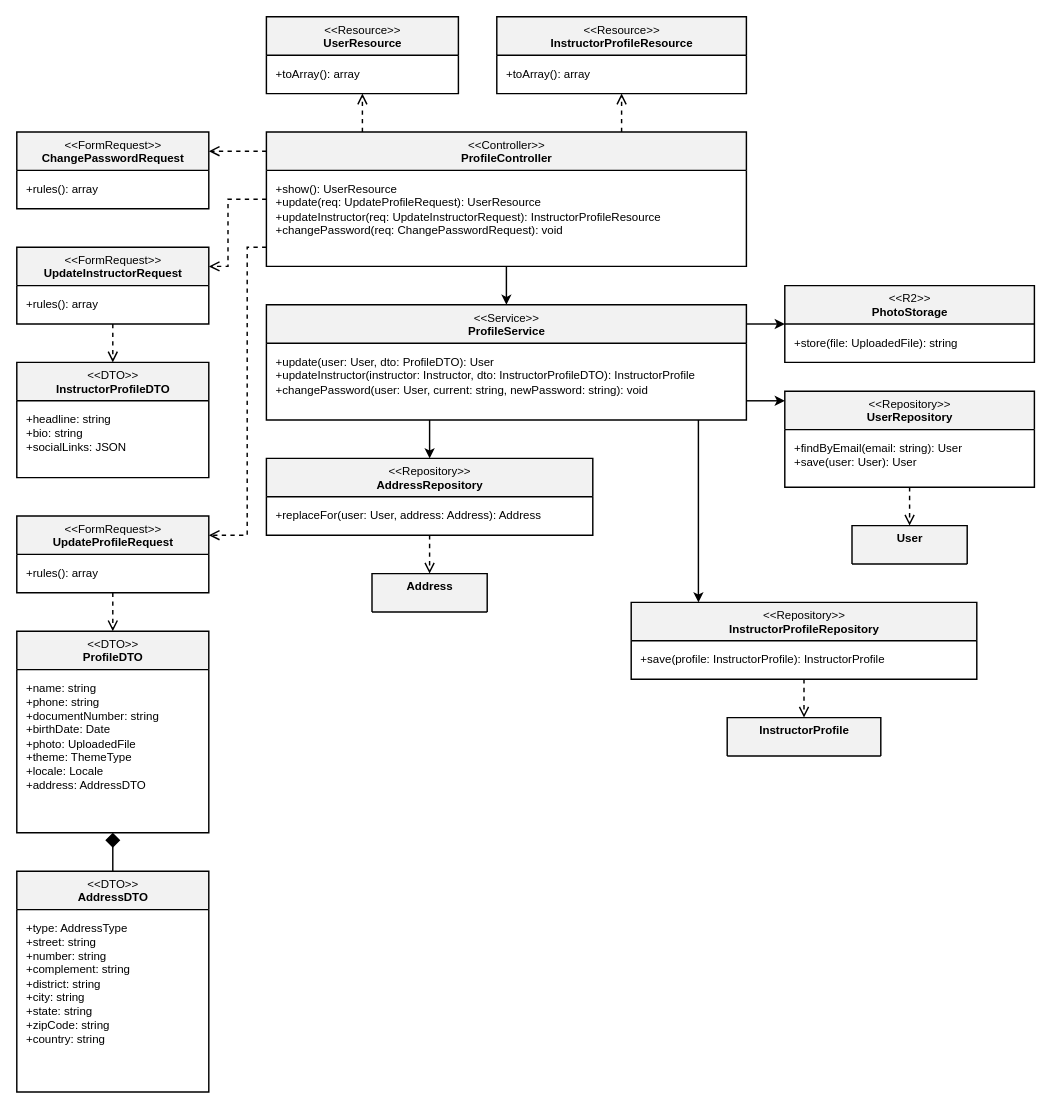
Plataforma-de-Cursos-TCC/plataforma-cursos-docs keeps this draw.io diagram as especificacao/diagramas/13-classes-area-a-implementacao-perfil.drawio. Above is the earlier version. Source tidied: cells renumbered, new cells numbered last; positions are measured from the earlier drawing's top-left corner, leaving out a move shared by most shapes. Both pictures are drawn from the tidied source at 96%, with x=0, y=0 at pixel (16, 16).
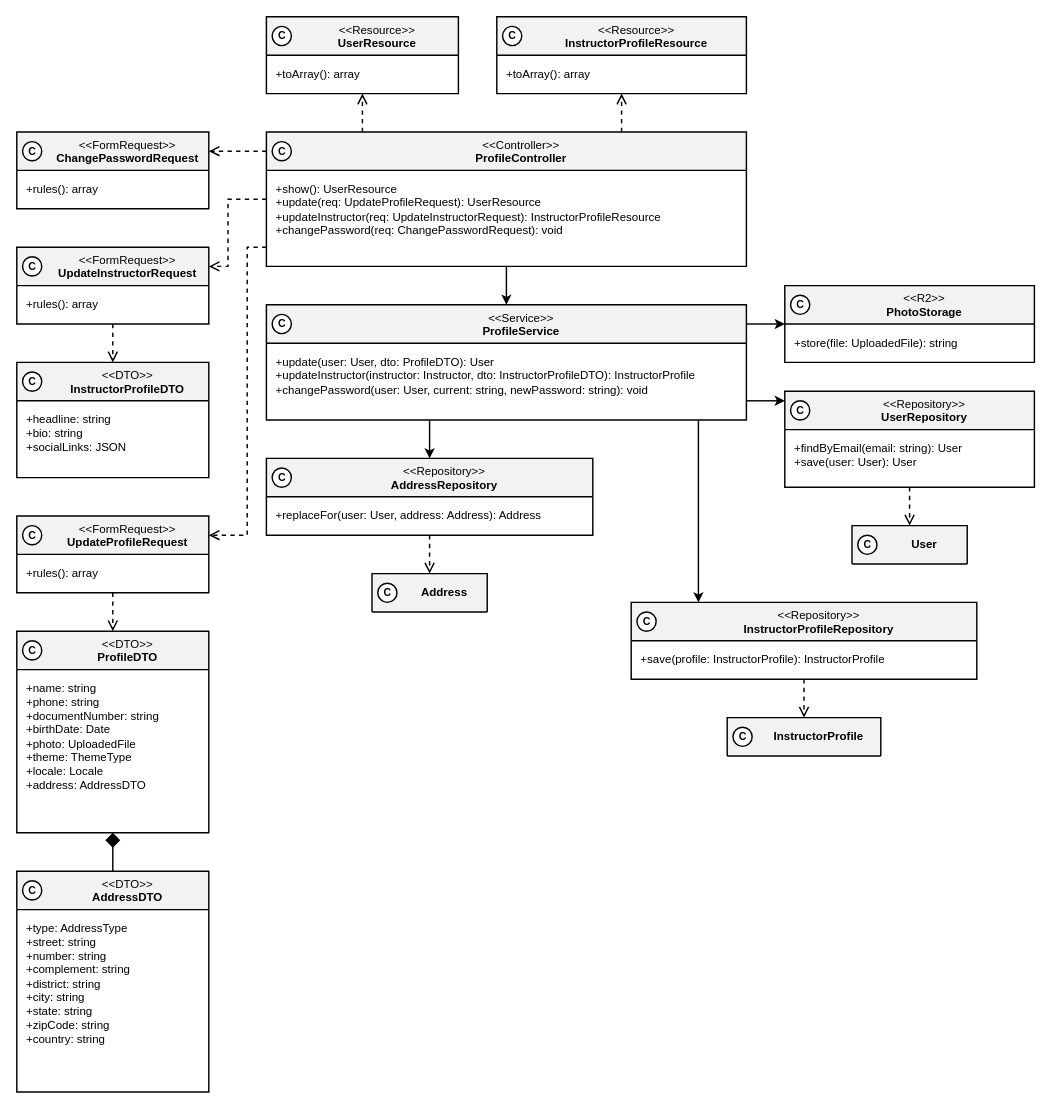
The same page after the edit.

Commit message (it also covers changes not shown here):
docs(classes): mark the element type with a circled letter in class diagrams

Diff of the diagram source:
```diff
@@
-    <mxCell id="2" value="&amp;lt;&amp;lt;Resource&amp;gt;&amp;gt;&lt;br&gt;&lt;b&gt;UserResource&lt;/b&gt;" style="swimlane;html=1;fontStyle=0;align=center;verticalAlign=top;startSize=40;fillColor=#F2F2F2;swimlaneFillColor=#FFFFFF;strokeColor=#000000;strokeWidth=1.5;fontFamily=Helvetica;fontSize=12;fontColor=#000000;rounded=0;" parent="1" vertex="1">
+    <mxCell id="2" value="&amp;lt;&amp;lt;Resource&amp;gt;&amp;gt;&lt;br&gt;&lt;b&gt;UserResource&lt;/b&gt;" style="swimlane;html=1;fontStyle=0;align=center;verticalAlign=top;startSize=40;fillColor=#F2F2F2;swimlaneFillColor=#FFFFFF;strokeColor=#000000;strokeWidth=1.5;fontFamily=Helvetica;fontSize=12;fontColor=#000000;rounded=0;spacingLeft=30;" parent="1" vertex="1">
       <mxGeometry x="260" width="200" height="80" as="geometry" />
     </mxCell>
@@
-    <mxCell id="4" value="&amp;lt;&amp;lt;Resource&amp;gt;&amp;gt;&lt;br&gt;&lt;b&gt;InstructorProfileResource&lt;/b&gt;" style="swimlane;html=1;fontStyle=0;align=center;verticalAlign=top;startSize=40;fillColor=#F2F2F2;swimlaneFillColor=#FFFFFF;strokeColor=#000000;strokeWidth=1.5;fontFamily=Helvetica;fontSize=12;fontColor=#000000;rounded=0;" parent="1" vertex="1">
+    <mxCell id="4" value="&amp;lt;&amp;lt;Resource&amp;gt;&amp;gt;&lt;br&gt;&lt;b&gt;InstructorProfileResource&lt;/b&gt;" style="swimlane;html=1;fontStyle=0;align=center;verticalAlign=top;startSize=40;fillColor=#F2F2F2;swimlaneFillColor=#FFFFFF;strokeColor=#000000;strokeWidth=1.5;fontFamily=Helvetica;fontSize=12;fontColor=#000000;rounded=0;spacingLeft=30;" parent="1" vertex="1">
       <mxGeometry x="500" width="260" height="80" as="geometry" />
     </mxCell>
@@
-    <mxCell id="6" value="&amp;lt;&amp;lt;Controller&amp;gt;&amp;gt;&lt;br&gt;&lt;b&gt;ProfileController&lt;/b&gt;" style="swimlane;html=1;fontStyle=0;align=center;verticalAlign=top;startSize=40;fillColor=#F2F2F2;swimlaneFillColor=#FFFFFF;strokeColor=#000000;strokeWidth=1.5;fontFamily=Helvetica;fontSize=12;fontColor=#000000;rounded=0;" parent="1" vertex="1">
+    <mxCell id="6" value="&amp;lt;&amp;lt;Controller&amp;gt;&amp;gt;&lt;br&gt;&lt;b&gt;ProfileController&lt;/b&gt;" style="swimlane;html=1;fontStyle=0;align=center;verticalAlign=top;startSize=40;fillColor=#F2F2F2;swimlaneFillColor=#FFFFFF;strokeColor=#000000;strokeWidth=1.5;fontFamily=Helvetica;fontSize=12;fontColor=#000000;rounded=0;spacingLeft=30;" parent="1" vertex="1">
       <mxGeometry x="260" y="120" width="500" height="140" as="geometry" />
     </mxCell>
@@
-    <mxCell id="8" value="&amp;lt;&amp;lt;FormRequest&amp;gt;&amp;gt;&lt;br&gt;&lt;b&gt;ChangePasswordRequest&lt;/b&gt;" style="swimlane;html=1;fontStyle=0;align=center;verticalAlign=top;startSize=40;fillColor=#F2F2F2;swimlaneFillColor=#FFFFFF;strokeColor=#000000;strokeWidth=1.5;fontFamily=Helvetica;fontSize=12;fontColor=#000000;rounded=0;" parent="1" vertex="1">
+    <mxCell id="8" value="&amp;lt;&amp;lt;FormRequest&amp;gt;&amp;gt;&lt;br&gt;&lt;b&gt;ChangePasswordRequest&lt;/b&gt;" style="swimlane;html=1;fontStyle=0;align=center;verticalAlign=top;startSize=40;fillColor=#F2F2F2;swimlaneFillColor=#FFFFFF;strokeColor=#000000;strokeWidth=1.5;fontFamily=Helvetica;fontSize=12;fontColor=#000000;rounded=0;spacingLeft=30;" parent="1" vertex="1">
       <mxGeometry y="120" width="200" height="80" as="geometry" />
     </mxCell>
@@
-    <mxCell id="10" value="&amp;lt;&amp;lt;FormRequest&amp;gt;&amp;gt;&lt;br&gt;&lt;b&gt;UpdateInstructorRequest&lt;/b&gt;" style="swimlane;html=1;fontStyle=0;align=center;verticalAlign=top;startSize=40;fillColor=#F2F2F2;swimlaneFillColor=#FFFFFF;strokeColor=#000000;strokeWidth=1.5;fontFamily=Helvetica;fontSize=12;fontColor=#000000;rounded=0;" parent="1" vertex="1">
+    <mxCell id="10" value="&amp;lt;&amp;lt;FormRequest&amp;gt;&amp;gt;&lt;br&gt;&lt;b&gt;UpdateInstructorRequest&lt;/b&gt;" style="swimlane;html=1;fontStyle=0;align=center;verticalAlign=top;startSize=40;fillColor=#F2F2F2;swimlaneFillColor=#FFFFFF;strokeColor=#000000;strokeWidth=1.5;fontFamily=Helvetica;fontSize=12;fontColor=#000000;rounded=0;spacingLeft=30;" parent="1" vertex="1">
       <mxGeometry y="240" width="200" height="80" as="geometry" />
     </mxCell>
@@
-    <mxCell id="12" value="&amp;lt;&amp;lt;DTO&amp;gt;&amp;gt;&lt;br&gt;&lt;b&gt;InstructorProfileDTO&lt;/b&gt;" style="swimlane;html=1;fontStyle=0;align=center;verticalAlign=top;startSize=40;fillColor=#F2F2F2;swimlaneFillColor=#FFFFFF;strokeColor=#000000;strokeWidth=1.5;fontFamily=Helvetica;fontSize=12;fontColor=#000000;rounded=0;" parent="1" vertex="1">
+    <mxCell id="12" value="&amp;lt;&amp;lt;DTO&amp;gt;&amp;gt;&lt;br&gt;&lt;b&gt;InstructorProfileDTO&lt;/b&gt;" style="swimlane;html=1;fontStyle=0;align=center;verticalAlign=top;startSize=40;fillColor=#F2F2F2;swimlaneFillColor=#FFFFFF;strokeColor=#000000;strokeWidth=1.5;fontFamily=Helvetica;fontSize=12;fontColor=#000000;rounded=0;spacingLeft=30;" parent="1" vertex="1">
       <mxGeometry y="360" width="200" height="120" as="geometry" />
     </mxCell>
@@
-    <mxCell id="14" value="&amp;lt;&amp;lt;FormRequest&amp;gt;&amp;gt;&lt;br&gt;&lt;b&gt;UpdateProfileRequest&lt;/b&gt;" style="swimlane;html=1;fontStyle=0;align=center;verticalAlign=top;startSize=40;fillColor=#F2F2F2;swimlaneFillColor=#FFFFFF;strokeColor=#000000;strokeWidth=1.5;fontFamily=Helvetica;fontSize=12;fontColor=#000000;rounded=0;" parent="1" vertex="1">
+    <mxCell id="14" value="&amp;lt;&amp;lt;FormRequest&amp;gt;&amp;gt;&lt;br&gt;&lt;b&gt;UpdateProfileRequest&lt;/b&gt;" style="swimlane;html=1;fontStyle=0;align=center;verticalAlign=top;startSize=40;fillColor=#F2F2F2;swimlaneFillColor=#FFFFFF;strokeColor=#000000;strokeWidth=1.5;fontFamily=Helvetica;fontSize=12;fontColor=#000000;rounded=0;spacingLeft=30;" parent="1" vertex="1">
       <mxGeometry y="520" width="200" height="80" as="geometry" />
     </mxCell>
@@
-    <mxCell id="16" value="&amp;lt;&amp;lt;DTO&amp;gt;&amp;gt;&lt;br&gt;&lt;b&gt;ProfileDTO&lt;/b&gt;" style="swimlane;html=1;fontStyle=0;align=center;verticalAlign=top;startSize=40;fillColor=#F2F2F2;swimlaneFillColor=#FFFFFF;strokeColor=#000000;strokeWidth=1.5;fontFamily=Helvetica;fontSize=12;fontColor=#000000;rounded=0;" parent="1" vertex="1">
+    <mxCell id="16" value="&amp;lt;&amp;lt;DTO&amp;gt;&amp;gt;&lt;br&gt;&lt;b&gt;ProfileDTO&lt;/b&gt;" style="swimlane;html=1;fontStyle=0;align=center;verticalAlign=top;startSize=40;fillColor=#F2F2F2;swimlaneFillColor=#FFFFFF;strokeColor=#000000;strokeWidth=1.5;fontFamily=Helvetica;fontSize=12;fontColor=#000000;rounded=0;spacingLeft=30;" parent="1" vertex="1">
       <mxGeometry y="640" width="200" height="210" as="geometry" />
     </mxCell>
@@
-    <mxCell id="18" value="&amp;lt;&amp;lt;DTO&amp;gt;&amp;gt;&lt;br&gt;&lt;b&gt;AddressDTO&lt;/b&gt;" style="swimlane;html=1;fontStyle=0;align=center;verticalAlign=top;startSize=40;fillColor=#F2F2F2;swimlaneFillColor=#FFFFFF;strokeColor=#000000;strokeWidth=1.5;fontFamily=Helvetica;fontSize=12;fontColor=#000000;rounded=0;" parent="1" vertex="1">
+    <mxCell id="18" value="&amp;lt;&amp;lt;DTO&amp;gt;&amp;gt;&lt;br&gt;&lt;b&gt;AddressDTO&lt;/b&gt;" style="swimlane;html=1;fontStyle=0;align=center;verticalAlign=top;startSize=40;fillColor=#F2F2F2;swimlaneFillColor=#FFFFFF;strokeColor=#000000;strokeWidth=1.5;fontFamily=Helvetica;fontSize=12;fontColor=#000000;rounded=0;spacingLeft=30;" parent="1" vertex="1">
       <mxGeometry y="890" width="200" height="230" as="geometry" />
     </mxCell>
@@
-    <mxCell id="20" value="&amp;lt;&amp;lt;Service&amp;gt;&amp;gt;&lt;br&gt;&lt;b&gt;ProfileService&lt;/b&gt;" style="swimlane;html=1;fontStyle=0;align=center;verticalAlign=top;startSize=40;fillColor=#F2F2F2;swimlaneFillColor=#FFFFFF;strokeColor=#000000;strokeWidth=1.5;fontFamily=Helvetica;fontSize=12;fontColor=#000000;rounded=0;" parent="1" vertex="1">
+    <mxCell id="20" value="&amp;lt;&amp;lt;Service&amp;gt;&amp;gt;&lt;br&gt;&lt;b&gt;ProfileService&lt;/b&gt;" style="swimlane;html=1;fontStyle=0;align=center;verticalAlign=top;startSize=40;fillColor=#F2F2F2;swimlaneFillColor=#FFFFFF;strokeColor=#000000;strokeWidth=1.5;fontFamily=Helvetica;fontSize=12;fontColor=#000000;rounded=0;spacingLeft=30;" parent="1" vertex="1">
       <mxGeometry x="260" y="300" width="500" height="120" as="geometry" />
     </mxCell>
@@
-    <mxCell id="22" value="&amp;lt;&amp;lt;R2&amp;gt;&amp;gt;&lt;br&gt;&lt;b&gt;PhotoStorage&lt;/b&gt;" style="swimlane;html=1;fontStyle=0;align=center;verticalAlign=top;startSize=40;fillColor=#F2F2F2;swimlaneFillColor=#FFFFFF;strokeColor=#000000;strokeWidth=1.5;fontFamily=Helvetica;fontSize=12;fontColor=#000000;rounded=0;" parent="1" vertex="1">
+    <mxCell id="22" value="&amp;lt;&amp;lt;R2&amp;gt;&amp;gt;&lt;br&gt;&lt;b&gt;PhotoStorage&lt;/b&gt;" style="swimlane;html=1;fontStyle=0;align=center;verticalAlign=top;startSize=40;fillColor=#F2F2F2;swimlaneFillColor=#FFFFFF;strokeColor=#000000;strokeWidth=1.5;fontFamily=Helvetica;fontSize=12;fontColor=#000000;rounded=0;spacingLeft=30;" parent="1" vertex="1">
       <mxGeometry x="800" y="280" width="260" height="80" as="geometry" />
     </mxCell>
@@
-    <mxCell id="24" value="&amp;lt;&amp;lt;Repository&amp;gt;&amp;gt;&lt;br&gt;&lt;b&gt;UserRepository&lt;/b&gt;" style="swimlane;html=1;fontStyle=0;align=center;verticalAlign=top;startSize=40;fillColor=#F2F2F2;swimlaneFillColor=#FFFFFF;strokeColor=#000000;strokeWidth=1.5;fontFamily=Helvetica;fontSize=12;fontColor=#000000;rounded=0;" parent="1" vertex="1">
+    <mxCell id="24" value="&amp;lt;&amp;lt;Repository&amp;gt;&amp;gt;&lt;br&gt;&lt;b&gt;UserRepository&lt;/b&gt;" style="swimlane;html=1;fontStyle=0;align=center;verticalAlign=top;startSize=40;fillColor=#F2F2F2;swimlaneFillColor=#FFFFFF;strokeColor=#000000;strokeWidth=1.5;fontFamily=Helvetica;fontSize=12;fontColor=#000000;rounded=0;spacingLeft=30;" parent="1" vertex="1">
       <mxGeometry x="800" y="390" width="260" height="100" as="geometry" />
     </mxCell>
@@
-    <mxCell id="26" value="&lt;b&gt;User&lt;/b&gt;" style="swimlane;html=1;fontStyle=0;align=center;verticalAlign=top;startSize=40;fillColor=#F2F2F2;swimlaneFillColor=#FFFFFF;strokeColor=#000000;strokeWidth=1.5;fontFamily=Helvetica;fontSize=12;fontColor=#000000;rounded=0;" parent="1" vertex="1">
+    <mxCell id="26" value="&lt;b&gt;User&lt;/b&gt;" style="swimlane;html=1;fontStyle=0;align=center;verticalAlign=middle;startSize=40;fillColor=#F2F2F2;swimlaneFillColor=#FFFFFF;strokeColor=#000000;strokeWidth=1.5;fontFamily=Helvetica;fontSize=12;fontColor=#000000;rounded=0;spacingLeft=30;" parent="1" vertex="1">
       <mxGeometry x="870" y="530" width="120" height="40" as="geometry" />
     </mxCell>
-    <mxCell id="27" value="&amp;lt;&amp;lt;Repository&amp;gt;&amp;gt;&lt;br&gt;&lt;b&gt;AddressRepository&lt;/b&gt;" style="swimlane;html=1;fontStyle=0;align=center;verticalAlign=top;startSize=40;fillColor=#F2F2F2;swimlaneFillColor=#FFFFFF;strokeColor=#000000;strokeWidth=1.5;fontFamily=Helvetica;fontSize=12;fontColor=#000000;rounded=0;" parent="1" vertex="1">
+    <mxCell id="27" value="&amp;lt;&amp;lt;Repository&amp;gt;&amp;gt;&lt;br&gt;&lt;b&gt;AddressRepository&lt;/b&gt;" style="swimlane;html=1;fontStyle=0;align=center;verticalAlign=top;startSize=40;fillColor=#F2F2F2;swimlaneFillColor=#FFFFFF;strokeColor=#000000;strokeWidth=1.5;fontFamily=Helvetica;fontSize=12;fontColor=#000000;rounded=0;spacingLeft=30;" parent="1" vertex="1">
       <mxGeometry x="260" y="460" width="340" height="80" as="geometry" />
     </mxCell>
@@
-    <mxCell id="29" value="&lt;b&gt;Address&lt;/b&gt;" style="swimlane;html=1;fontStyle=0;align=center;verticalAlign=top;startSize=40;fillColor=#F2F2F2;swimlaneFillColor=#FFFFFF;strokeColor=#000000;strokeWidth=1.5;fontFamily=Helvetica;fontSize=12;fontColor=#000000;rounded=0;" parent="1" vertex="1">
+    <mxCell id="29" value="&lt;b&gt;Address&lt;/b&gt;" style="swimlane;html=1;fontStyle=0;align=center;verticalAlign=middle;startSize=40;fillColor=#F2F2F2;swimlaneFillColor=#FFFFFF;strokeColor=#000000;strokeWidth=1.5;fontFamily=Helvetica;fontSize=12;fontColor=#000000;rounded=0;spacingLeft=30;" parent="1" vertex="1">
       <mxGeometry x="370" y="580" width="120" height="40" as="geometry" />
     </mxCell>
-    <mxCell id="30" value="&amp;lt;&amp;lt;Repository&amp;gt;&amp;gt;&lt;br&gt;&lt;b&gt;InstructorProfileRepository&lt;/b&gt;" style="swimlane;html=1;fontStyle=0;align=center;verticalAlign=top;startSize=40;fillColor=#F2F2F2;swimlaneFillColor=#FFFFFF;strokeColor=#000000;strokeWidth=1.5;fontFamily=Helvetica;fontSize=12;fontColor=#000000;rounded=0;" parent="1" vertex="1">
+    <mxCell id="30" value="&amp;lt;&amp;lt;Repository&amp;gt;&amp;gt;&lt;br&gt;&lt;b&gt;InstructorProfileRepository&lt;/b&gt;" style="swimlane;html=1;fontStyle=0;align=center;verticalAlign=top;startSize=40;fillColor=#F2F2F2;swimlaneFillColor=#FFFFFF;strokeColor=#000000;strokeWidth=1.5;fontFamily=Helvetica;fontSize=12;fontColor=#000000;rounded=0;spacingLeft=30;" parent="1" vertex="1">
       <mxGeometry x="640" y="610" width="360" height="80" as="geometry" />
     </mxCell>
@@
-    <mxCell id="32" value="&lt;b&gt;InstructorProfile&lt;/b&gt;" style="swimlane;html=1;fontStyle=0;align=center;verticalAlign=top;startSize=40;fillColor=#F2F2F2;swimlaneFillColor=#FFFFFF;strokeColor=#000000;strokeWidth=1.5;fontFamily=Helvetica;fontSize=12;fontColor=#000000;rounded=0;" parent="1" vertex="1">
+    <mxCell id="32" value="&lt;b&gt;InstructorProfile&lt;/b&gt;" style="swimlane;html=1;fontStyle=0;align=center;verticalAlign=middle;startSize=40;fillColor=#F2F2F2;swimlaneFillColor=#FFFFFF;strokeColor=#000000;strokeWidth=1.5;fontFamily=Helvetica;fontSize=12;fontColor=#000000;rounded=0;spacingLeft=30;" parent="1" vertex="1">
       <mxGeometry x="740" y="730" width="160" height="40" as="geometry" />
     </mxCell>
@@
+    <mxCell id="49" value="C" style="ellipse;html=1;fillColor=#FFFFFF;strokeColor=#000000;strokeWidth=1.5;fontFamily=Helvetica;fontSize=11;fontStyle=1;fontColor=#000000;" parent="1" vertex="1">
+      <mxGeometry x="266" y="10" width="20" height="20" as="geometry" />
+    </mxCell>
+    <mxCell id="50" value="C" style="ellipse;html=1;fillColor=#FFFFFF;strokeColor=#000000;strokeWidth=1.5;fontFamily=Helvetica;fontSize=11;fontStyle=1;fontColor=#000000;" parent="1" vertex="1">
+      <mxGeometry x="506" y="10" width="20" height="20" as="geometry" />
+    </mxCell>
+    <mxCell id="51" value="C" style="ellipse;html=1;fillColor=#FFFFFF;strokeColor=#000000;strokeWidth=1.5;fontFamily=Helvetica;fontSize=11;fontStyle=1;fontColor=#000000;" parent="1" vertex="1">
+      <mxGeometry x="266" y="130" width="20" height="20" as="geometry" />
+    </mxCell>
+    <mxCell id="52" value="C" style="ellipse;html=1;fillColor=#FFFFFF;strokeColor=#000000;strokeWidth=1.5;fontFamily=Helvetica;fontSize=11;fontStyle=1;fontColor=#000000;" parent="1" vertex="1">
+      <mxGeometry x="6" y="130" width="20" height="20" as="geometry" />
+    </mxCell>
+    <mxCell id="53" value="C" style="ellipse;html=1;fillColor=#FFFFFF;strokeColor=#000000;strokeWidth=1.5;fontFamily=Helvetica;fontSize=11;fontStyle=1;fontColor=#000000;" parent="1" vertex="1">
+      <mxGeometry x="6" y="250" width="20" height="20" as="geometry" />
+    </mxCell>
+    <mxCell id="54" value="C" style="ellipse;html=1;fillColor=#FFFFFF;strokeColor=#000000;strokeWidth=1.5;fontFamily=Helvetica;fontSize=11;fontStyle=1;fontColor=#000000;" parent="1" vertex="1">
+      <mxGeometry x="6" y="370" width="20" height="20" as="geometry" />
+    </mxCell>
+    <mxCell id="55" value="C" style="ellipse;html=1;fillColor=#FFFFFF;strokeColor=#000000;strokeWidth=1.5;fontFamily=Helvetica;fontSize=11;fontStyle=1;fontColor=#000000;" parent="1" vertex="1">
+      <mxGeometry x="6" y="530" width="20" height="20" as="geometry" />
+    </mxCell>
+    <mxCell id="56" value="C" style="ellipse;html=1;fillColor=#FFFFFF;strokeColor=#000000;strokeWidth=1.5;fontFamily=Helvetica;fontSize=11;fontStyle=1;fontColor=#000000;" parent="1" vertex="1">
+      <mxGeometry x="6" y="650" width="20" height="20" as="geometry" />
+    </mxCell>
+    <mxCell id="57" value="C" style="ellipse;html=1;fillColor=#FFFFFF;strokeColor=#000000;strokeWidth=1.5;fontFamily=Helvetica;fontSize=11;fontStyle=1;fontColor=#000000;" parent="1" vertex="1">
+      <mxGeometry x="6" y="900" width="20" height="20" as="geometry" />
+    </mxCell>
+    <mxCell id="58" value="C" style="ellipse;html=1;fillColor=#FFFFFF;strokeColor=#000000;strokeWidth=1.5;fontFamily=Helvetica;fontSize=11;fontStyle=1;fontColor=#000000;" parent="1" vertex="1">
+      <mxGeometry x="266" y="310" width="20" height="20" as="geometry" />
+    </mxCell>
+    <mxCell id="59" value="C" style="ellipse;html=1;fillColor=#FFFFFF;strokeColor=#000000;strokeWidth=1.5;fontFamily=Helvetica;fontSize=11;fontStyle=1;fontColor=#000000;" parent="1" vertex="1">
+      <mxGeometry x="806" y="290" width="20" height="20" as="geometry" />
+    </mxCell>
+    <mxCell id="60" value="C" style="ellipse;html=1;fillColor=#FFFFFF;strokeColor=#000000;strokeWidth=1.5;fontFamily=Helvetica;fontSize=11;fontStyle=1;fontColor=#000000;" parent="1" vertex="1">
+      <mxGeometry x="806" y="400" width="20" height="20" as="geometry" />
+    </mxCell>
+    <mxCell id="61" value="C" style="ellipse;html=1;fillColor=#FFFFFF;strokeColor=#000000;strokeWidth=1.5;fontFamily=Helvetica;fontSize=11;fontStyle=1;fontColor=#000000;" parent="1" vertex="1">
+      <mxGeometry x="876" y="540" width="20" height="20" as="geometry" />
+    </mxCell>
+    <mxCell id="62" value="C" style="ellipse;html=1;fillColor=#FFFFFF;strokeColor=#000000;strokeWidth=1.5;fontFamily=Helvetica;fontSize=11;fontStyle=1;fontColor=#000000;" parent="1" vertex="1">
+      <mxGeometry x="266" y="470" width="20" height="20" as="geometry" />
+    </mxCell>
+    <mxCell id="63" value="C" style="ellipse;html=1;fillColor=#FFFFFF;strokeColor=#000000;strokeWidth=1.5;fontFamily=Helvetica;fontSize=11;fontStyle=1;fontColor=#000000;" parent="1" vertex="1">
+      <mxGeometry x="376" y="590" width="20" height="20" as="geometry" />
+    </mxCell>
+    <mxCell id="64" value="C" style="ellipse;html=1;fillColor=#FFFFFF;strokeColor=#000000;strokeWidth=1.5;fontFamily=Helvetica;fontSize=11;fontStyle=1;fontColor=#000000;" parent="1" vertex="1">
+      <mxGeometry x="646" y="620" width="20" height="20" as="geometry" />
+    </mxCell>
+    <mxCell id="65" value="C" style="ellipse;html=1;fillColor=#FFFFFF;strokeColor=#000000;strokeWidth=1.5;fontFamily=Helvetica;fontSize=11;fontStyle=1;fontColor=#000000;" parent="1" vertex="1">
+      <mxGeometry x="746" y="740" width="20" height="20" as="geometry" />
+    </mxCell>
```
